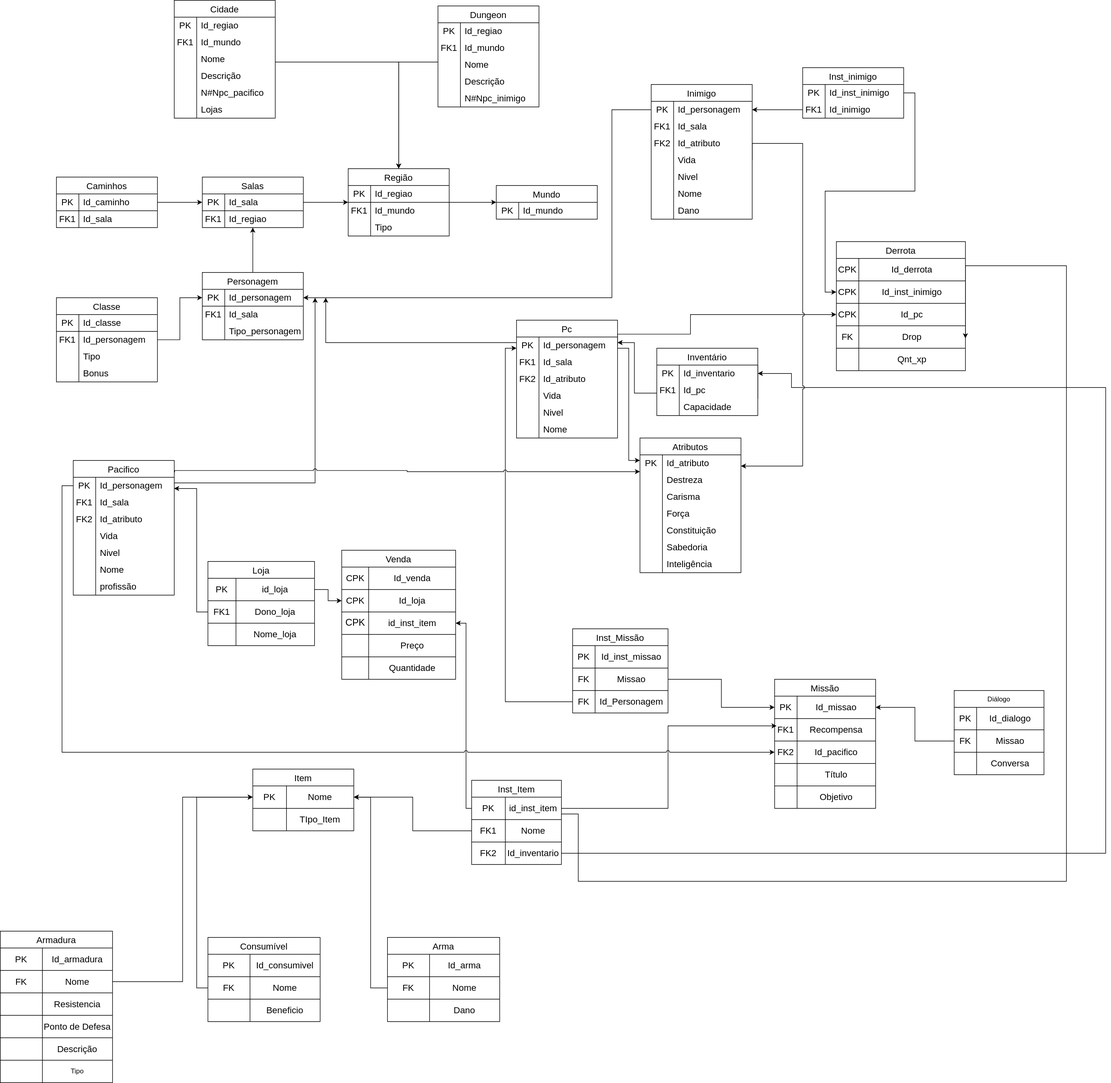
SBD1/2024.2-D-D-classico keeps this draw.io diagram as docs/modulo_01/MER.drawio.svg. Above is the earlier version. Source tidied: cells renumbered, new cells last; positions are measured from the earlier drawing's top-left corner, leaving out a move shared by most shapes.
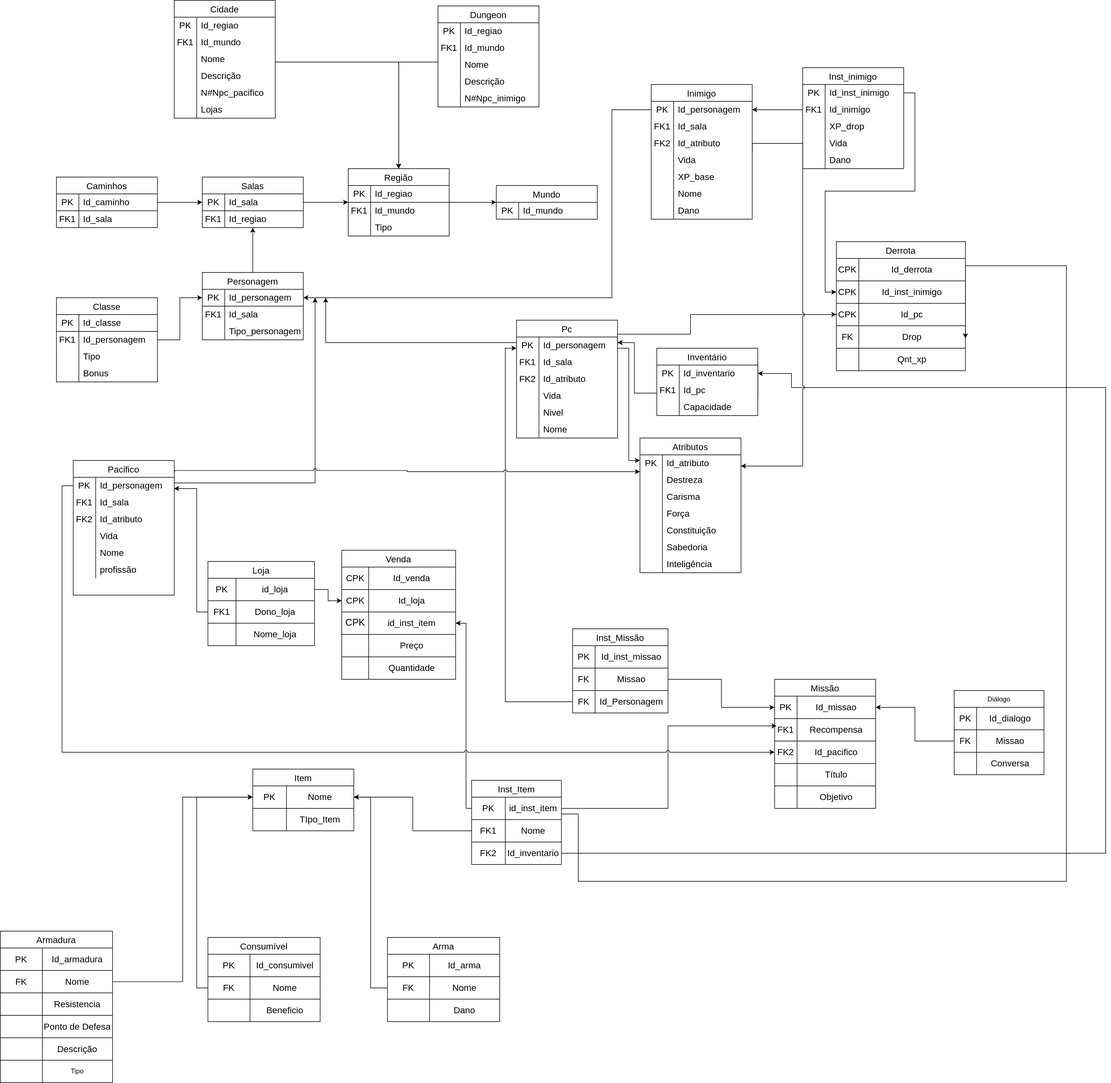
Later version of the same file.

Change to the diagram source:
```diff
@@ -196,7 +196,7 @@
       <mxGeometry x="40" width="140" height="30" as="geometry" />
     </mxCell>
     <mxCell id="62" value="Inst_inimigo" style="shape=table;startSize=30;rowLines=0;fontStyle=0;strokeColor=default;fontSize=16;" parent="1" vertex="1">
-      <mxGeometry x="1430" y="120" width="180" height="90" as="geometry" />
+      <mxGeometry x="1430" y="120" width="180" height="180" as="geometry" />
     </mxCell>
     <mxCell id="63" style="shape=tableRow;horizontal=0;startSize=0;swimlaneHead=0;swimlaneBody=0;top=0;left=0;bottom=0;right=0;fillColor=none;points=[[0,0.5],[1,0.5]];portConstraint=eastwest;strokeColor=inherit;fontSize=16;" parent="62" vertex="1">
       <mxGeometry y="30" width="180" height="30" as="geometry" />
@@ -216,6 +216,33 @@
     <mxCell id="68" value="Id_inimigo" style="shape=partialRectangle;html=1;whiteSpace=wrap;fillColor=none;top=0;left=0;bottom=0;right=0;align=left;spacingLeft=6;overflow=hidden;strokeColor=inherit;fontSize=16;" parent="66" vertex="1">
       <mxGeometry x="40" width="140" height="30" as="geometry" />
     </mxCell>
+    <mxCell id="361" style="shape=tableRow;horizontal=0;startSize=0;swimlaneHead=0;swimlaneBody=0;top=0;left=0;bottom=0;right=0;fillColor=none;strokeColor=inherit;fontSize=16;" parent="62" vertex="1">
+      <mxGeometry y="90" width="180" height="30" as="geometry" />
+    </mxCell>
+    <mxCell id="362" style="shape=partialRectangle;html=1;whiteSpace=wrap;fillColor=none;top=0;left=0;bottom=0;right=0;overflow=hidden;strokeColor=inherit;fontSize=16;" parent="361" vertex="1">
+      <mxGeometry width="40" height="30" as="geometry" />
+    </mxCell>
+    <mxCell id="363" value="XP_drop" style="shape=partialRectangle;html=1;whiteSpace=wrap;fillColor=none;top=0;left=0;bottom=0;right=0;align=left;spacingLeft=6;overflow=hidden;strokeColor=inherit;fontSize=16;" parent="361" vertex="1">
+      <mxGeometry x="40" width="140" height="30" as="geometry" />
+    </mxCell>
+    <mxCell id="364" style="shape=tableRow;horizontal=0;startSize=0;swimlaneHead=0;swimlaneBody=0;top=0;left=0;bottom=0;right=0;fillColor=none;strokeColor=inherit;fontSize=16;" parent="62" vertex="1">
+      <mxGeometry y="120" width="180" height="30" as="geometry" />
+    </mxCell>
+    <mxCell id="365" style="shape=partialRectangle;html=1;whiteSpace=wrap;fillColor=none;top=0;left=0;bottom=0;right=0;overflow=hidden;strokeColor=inherit;fontSize=16;" parent="364" vertex="1">
+      <mxGeometry width="40" height="30" as="geometry" />
+    </mxCell>
+    <mxCell id="366" value="Vida" style="shape=partialRectangle;html=1;whiteSpace=wrap;fillColor=none;top=0;left=0;bottom=0;right=0;align=left;spacingLeft=6;overflow=hidden;strokeColor=inherit;fontSize=16;" parent="364" vertex="1">
+      <mxGeometry x="40" width="140" height="30" as="geometry" />
+    </mxCell>
+    <mxCell id="244" style="shape=tableRow;horizontal=0;startSize=0;swimlaneHead=0;swimlaneBody=0;top=0;left=0;bottom=0;right=0;fillColor=none;strokeColor=inherit;fontSize=16;" parent="62" vertex="1">
+      <mxGeometry y="150" width="180" height="30" as="geometry" />
+    </mxCell>
+    <mxCell id="367" style="shape=partialRectangle;html=1;whiteSpace=wrap;fillColor=none;top=0;left=0;bottom=0;right=0;overflow=hidden;strokeColor=inherit;fontSize=16;" parent="244" vertex="1">
+      <mxGeometry width="40" height="30" as="geometry" />
+    </mxCell>
+    <mxCell id="368" value="Dano" style="shape=partialRectangle;html=1;whiteSpace=wrap;fillColor=none;top=0;left=0;bottom=0;right=0;align=left;spacingLeft=6;overflow=hidden;strokeColor=inherit;fontSize=16;" parent="244" vertex="1">
+      <mxGeometry x="40" width="140" height="30" as="geometry" />
+    </mxCell>
     <mxCell id="69" value="Classe" style="shape=table;startSize=30;rowLines=0;fontStyle=0;strokeColor=default;fontSize=16;" parent="1" vertex="1">
       <mxGeometry x="100" y="530" width="180" height="150" as="geometry" />
     </mxCell>
@@ -761,17 +788,8 @@
     <mxCell id="243" value="Vida" style="shape=partialRectangle;html=1;whiteSpace=wrap;fillColor=none;top=0;left=0;bottom=0;right=0;align=left;spacingLeft=6;overflow=hidden;strokeColor=inherit;fontSize=16;" parent="241" vertex="1">
       <mxGeometry x="40" width="140" height="30" as="geometry" />
     </mxCell>
-    <mxCell id="244" style="shape=tableRow;horizontal=0;startSize=0;swimlaneHead=0;swimlaneBody=0;top=0;left=0;bottom=0;right=0;fillColor=none;strokeColor=inherit;fontSize=16;" parent="231" vertex="1">
-      <mxGeometry y="150" width="180" height="30" as="geometry" />
-    </mxCell>
-    <mxCell id="245" style="shape=partialRectangle;html=1;whiteSpace=wrap;fillColor=none;top=0;left=0;bottom=0;right=0;overflow=hidden;strokeColor=inherit;fontSize=16;" parent="244" vertex="1">
-      <mxGeometry width="40" height="30" as="geometry" />
-    </mxCell>
-    <mxCell id="246" value="Nivel" style="shape=partialRectangle;html=1;whiteSpace=wrap;fillColor=none;top=0;left=0;bottom=0;right=0;align=left;spacingLeft=6;overflow=hidden;strokeColor=inherit;fontSize=16;" parent="244" vertex="1">
-      <mxGeometry x="40" width="140" height="30" as="geometry" />
-    </mxCell>
     <mxCell id="247" style="shape=tableRow;horizontal=0;startSize=0;swimlaneHead=0;swimlaneBody=0;top=0;left=0;bottom=0;right=0;fillColor=none;strokeColor=inherit;fontSize=16;" parent="231" vertex="1">
-      <mxGeometry y="180" width="180" height="30" as="geometry" />
+      <mxGeometry y="150" width="180" height="30" as="geometry" />
     </mxCell>
     <mxCell id="248" style="shape=partialRectangle;html=1;whiteSpace=wrap;fillColor=none;top=0;left=0;bottom=0;right=0;overflow=hidden;strokeColor=inherit;fontSize=16;" parent="247" vertex="1">
       <mxGeometry width="40" height="30" as="geometry" />
@@ -780,7 +798,7 @@
       <mxGeometry x="40" width="140" height="30" as="geometry" />
     </mxCell>
     <mxCell id="250" style="shape=tableRow;horizontal=0;startSize=0;swimlaneHead=0;swimlaneBody=0;top=0;left=0;bottom=0;right=0;fillColor=none;strokeColor=inherit;fontSize=16;" parent="231" vertex="1">
-      <mxGeometry y="210" width="180" height="30" as="geometry" />
+      <mxGeometry y="180" width="180" height="30" as="geometry" />
     </mxCell>
     <mxCell id="251" style="shape=partialRectangle;html=1;whiteSpace=wrap;fillColor=none;top=0;left=0;bottom=0;right=0;overflow=hidden;strokeColor=inherit;fontSize=16;" parent="250" vertex="1">
       <mxGeometry width="40" height="30" as="geometry" />
@@ -833,7 +851,7 @@
     <mxCell id="267" style="shape=partialRectangle;html=1;whiteSpace=wrap;fillColor=none;top=0;left=0;bottom=0;right=0;overflow=hidden;strokeColor=inherit;fontSize=16;" parent="266" vertex="1">
       <mxGeometry width="40" height="30" as="geometry" />
     </mxCell>
-    <mxCell id="268" value="Nivel" style="shape=partialRectangle;html=1;whiteSpace=wrap;fillColor=none;top=0;left=0;bottom=0;right=0;align=left;spacingLeft=6;overflow=hidden;strokeColor=inherit;fontSize=16;" parent="266" vertex="1">
+    <mxCell id="268" value="XP_base" style="shape=partialRectangle;html=1;whiteSpace=wrap;fillColor=none;top=0;left=0;bottom=0;right=0;align=left;spacingLeft=6;overflow=hidden;strokeColor=inherit;fontSize=16;" parent="266" vertex="1">
       <mxGeometry x="40" width="140" height="30" as="geometry" />
     </mxCell>
     <mxCell id="269" style="shape=tableRow;horizontal=0;startSize=0;swimlaneHead=0;swimlaneBody=0;top=0;left=0;bottom=0;right=0;fillColor=none;strokeColor=inherit;fontSize=16;" parent="253" vertex="1">
@@ -1161,7 +1179,7 @@
         </Array>
       </mxGeometry>
     </mxCell>
-    <mxCell id="360" style="edgeStyle=orthogonalEdgeStyle;rounded=0;jettySize=auto;html=1;jumpStyle=arc;exitX=1;exitY=0.5;exitDx=0;exitDy=0;" parent="1" edge="1" source="263" target="210">
+    <mxCell id="360" style="edgeStyle=orthogonalEdgeStyle;rounded=0;jettySize=auto;html=1;jumpStyle=arc;" parent="1" edge="1" source="263" target="210">
       <mxGeometry relative="1" as="geometry">
         <Array as="points">
           <mxPoint x="1340" y="255" />
```
